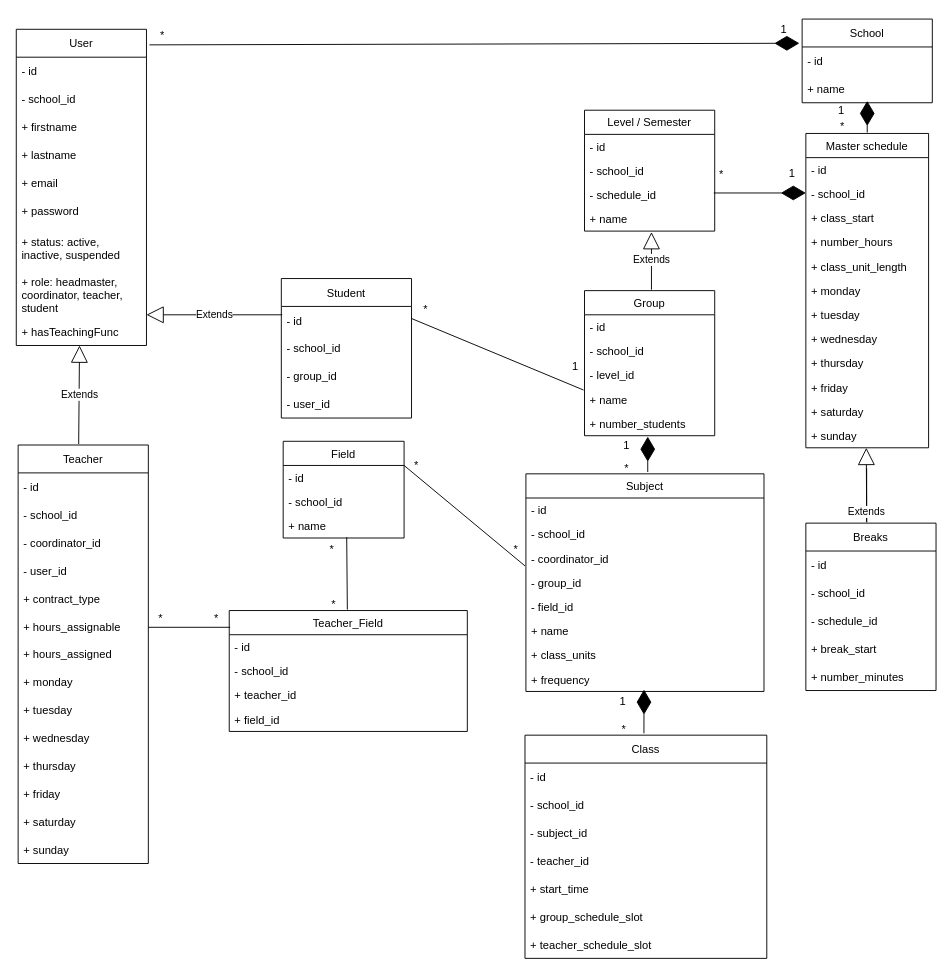
The draw.io diagram stages/3_Design/entities/entities_UML.drawio in JeromeVargas/schedule_maker, before the edit. Source tidied: cells renumbered, new cells numbered last; positions are measured from the earlier drawing's top-left corner, leaving out a move shared by most shapes. Both pictures are drawn from the tidied source at 93%, with x=0, y=0 at pixel (16, 16).
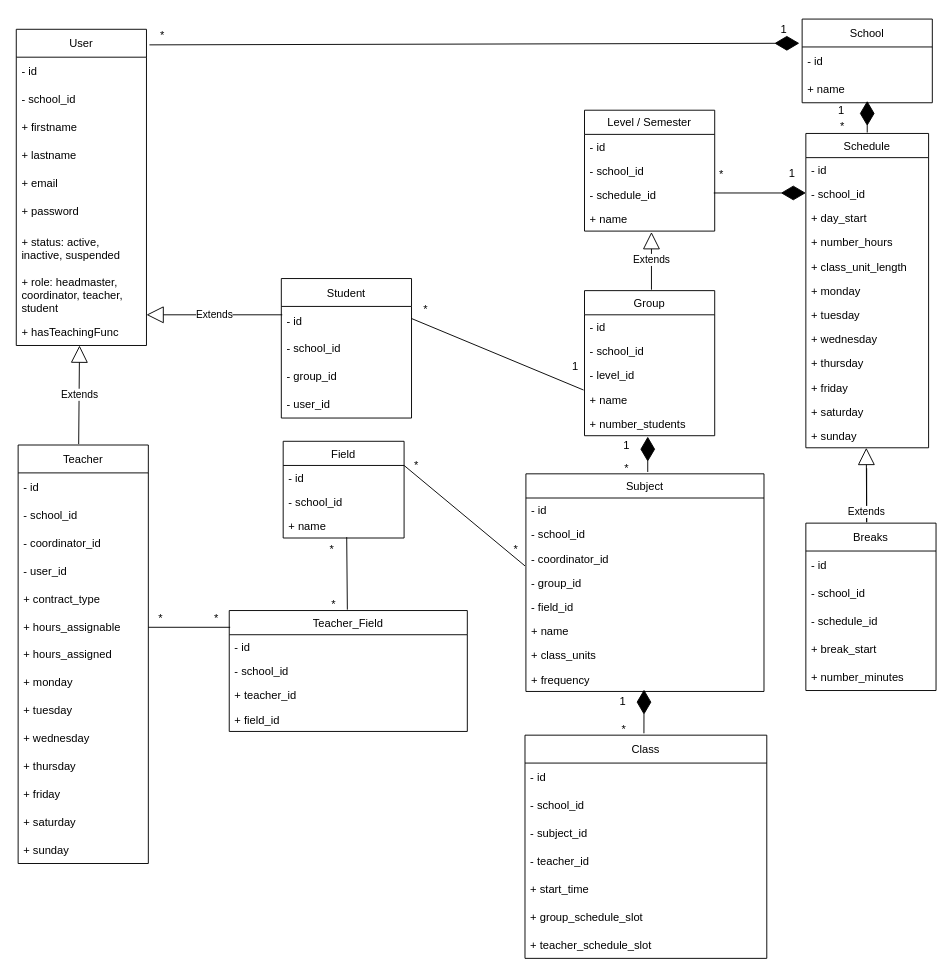
Above is the later version.

Change to the diagram source:
```diff
@@
-    <mxCell id="16" value="Master schedule" style="swimlane;fontStyle=0;horizontal=1;startSize=26;fillColor=none;" parent="1" vertex="1">
+    <mxCell id="16" value="Schedule" style="swimlane;fontStyle=0;horizontal=1;startSize=26;fillColor=none;" parent="1" vertex="1">
       <mxGeometry x="849" y="126" width="132" height="338" as="geometry" />
     </mxCell>
@@
-    <mxCell id="19" value="+ class_start" style="text;strokeColor=none;fillColor=none;align=left;verticalAlign=top;spacingLeft=4;spacingRight=4;overflow=hidden;" parent="16" vertex="1">
+    <mxCell id="19" value="+ day_start" style="text;strokeColor=none;fillColor=none;align=left;verticalAlign=top;spacingLeft=4;spacingRight=4;overflow=hidden;" parent="16" vertex="1">
       <mxGeometry y="78" width="132" height="26" as="geometry" />
     </mxCell>
```
